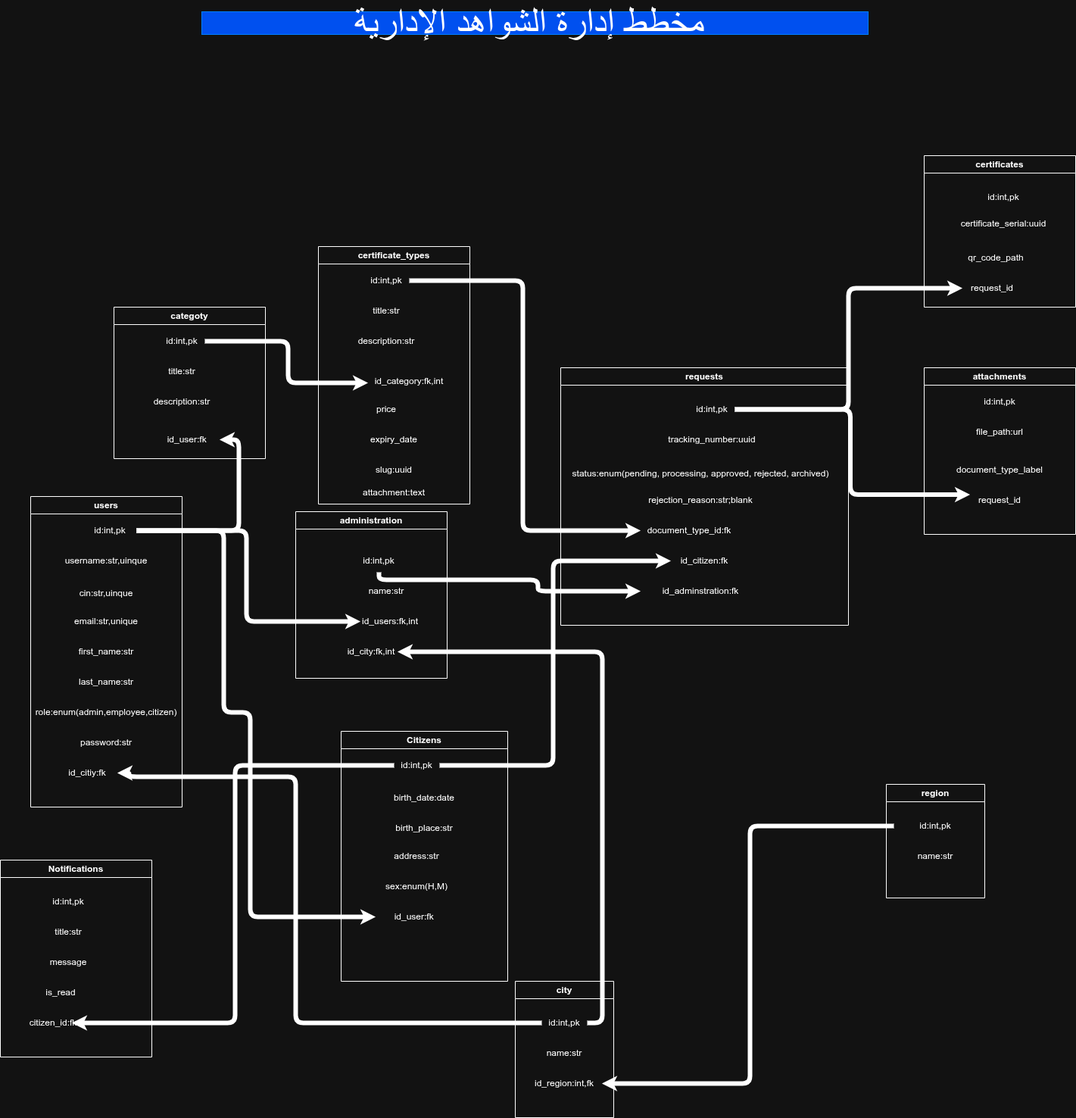
This is certificate.drawio.png from zakariyae1889/SmartShahada, a draw.io export, as it was before one commit. Source tidied: cells renumbered, new cells last; positions are measured from the earlier drawing's top-left corner, leaving out a move shared by most shapes.
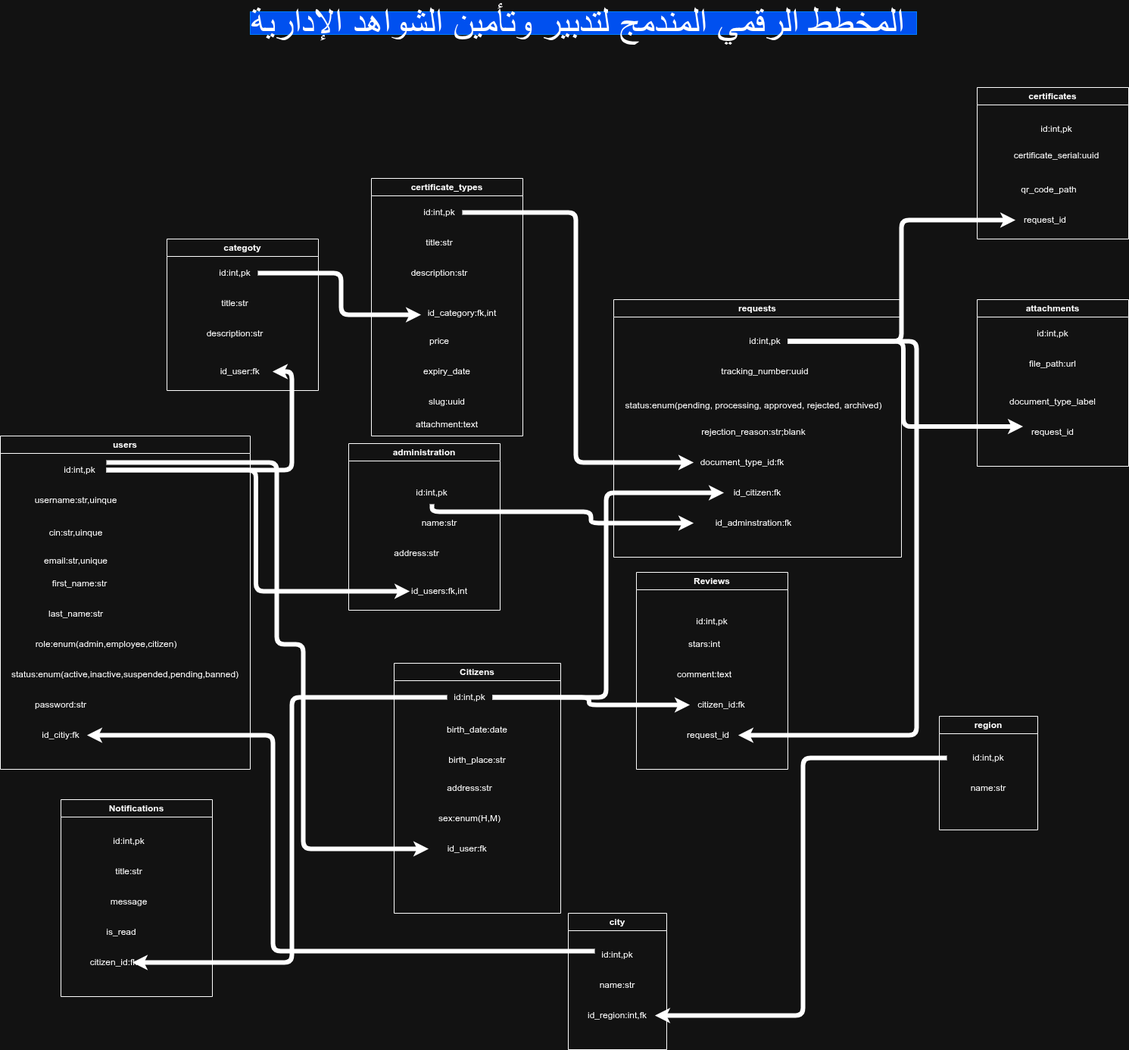
The same diagram one commit later.

What changed in the source:
```diff
@@ -24,7 +24,7 @@
       <mxGeometry x="40" y="230" width="100" height="30" as="geometry" />
     </mxCell>
     <mxCell id="9" value="users" style="swimlane;whiteSpace=wrap;html=1;" parent="1" vertex="1">
-      <mxGeometry x="40" y="640" width="200" height="410" as="geometry" />
+      <mxGeometry x="-70" y="650" width="330" height="440" as="geometry" />
     </mxCell>
     <mxCell id="10" value="&lt;div&gt;username:str,uinque&lt;/div&gt;" style="text;html=1;whiteSpace=wrap;strokeColor=none;fillColor=none;align=center;verticalAlign=middle;rounded=0;" parent="9" vertex="1">
       <mxGeometry x="70" y="70" width="60" height="30" as="geometry" />
@@ -36,23 +36,26 @@
       <mxGeometry x="70" y="30" width="70" height="30" as="geometry" />
     </mxCell>
     <mxCell id="13" value="first_name:str" style="text;html=1;whiteSpace=wrap;strokeColor=none;fillColor=none;align=center;verticalAlign=middle;rounded=0;" parent="9" vertex="1">
-      <mxGeometry x="70" y="190" width="60" height="30" as="geometry" />
+      <mxGeometry x="75" y="180" width="60" height="30" as="geometry" />
     </mxCell>
     <mxCell id="14" value="last_name:str" style="text;html=1;whiteSpace=wrap;strokeColor=none;fillColor=none;align=center;verticalAlign=middle;rounded=0;" parent="9" vertex="1">
-      <mxGeometry x="70" y="230" width="60" height="30" as="geometry" />
+      <mxGeometry x="70" y="220" width="60" height="30" as="geometry" />
     </mxCell>
     <mxCell id="15" value="email:str,unique" style="text;html=1;whiteSpace=wrap;strokeColor=none;fillColor=none;align=center;verticalAlign=middle;rounded=0;" parent="9" vertex="1">
       <mxGeometry x="70" y="150" width="60" height="30" as="geometry" />
     </mxCell>
     <mxCell id="16" value="role:enum(admin,employee,citizen)" style="text;html=1;whiteSpace=wrap;strokeColor=none;fillColor=none;align=center;verticalAlign=middle;rounded=0;" parent="9" vertex="1">
-      <mxGeometry x="70" y="270" width="60" height="30" as="geometry" />
+      <mxGeometry x="110" y="260" width="60" height="30" as="geometry" />
     </mxCell>
     <mxCell id="17" value="password:str" style="text;html=1;whiteSpace=wrap;strokeColor=none;fillColor=none;align=center;verticalAlign=middle;rounded=0;" parent="9" vertex="1">
-      <mxGeometry x="70" y="310" width="60" height="30" as="geometry" />
+      <mxGeometry x="50" y="340" width="60" height="30" as="geometry" />
     </mxCell>
     <mxCell id="18" value="id_citiy:fk" style="text;html=1;whiteSpace=wrap;strokeColor=none;fillColor=none;align=center;verticalAlign=middle;rounded=0;" parent="9" vertex="1">
-      <mxGeometry x="30" y="350" width="90" height="30" as="geometry" />
+      <mxGeometry x="40" y="380" width="80" height="30" as="geometry" />
     </mxCell>
+    <mxCell id="83" value="status:enum(active,inactive,suspended,pending,banned)" style="text;html=1;whiteSpace=wrap;strokeColor=none;fillColor=none;align=center;verticalAlign=middle;rounded=0;" parent="9" vertex="1">
+      <mxGeometry x="135" y="300" width="60" height="30" as="geometry" />
+    </mxCell>
     <mxCell id="19" value="certificate_types" style="swimlane;whiteSpace=wrap;html=1;startSize=23;" parent="1" vertex="1">
       <mxGeometry x="420" y="310" width="200" height="340" as="geometry" />
     </mxCell>
@@ -152,8 +155,8 @@
     <mxCell id="47" style="edgeStyle=orthogonalEdgeStyle;rounded=1;jettySize=auto;html=1;entryX=0;entryY=0.25;entryDx=0;entryDy=0;shape=pipe;curved=0;" parent="1" edge="1" source="29" target="40">
       <mxGeometry relative="1" as="geometry" />
     </mxCell>
-    <mxCell id="48" value="&lt;font style=&quot;font-size: 50px;&quot;&gt;مخطط إدارة الشواهد الإدارية&amp;nbsp;&lt;/font&gt;" style="text;html=1;whiteSpace=wrap;strokeColor=#007FFF;fillColor=#0050ef;align=center;verticalAlign=middle;rounded=0;fontColor=#ffffff;" parent="1" vertex="1">
-      <mxGeometry x="266" width="880" height="30" as="geometry" />
+    <mxCell id="48" value="&lt;font style=&quot;font-size: 50px;&quot;&gt;المخطط الرقمي المندمج لتدبير وتأمين الشواهد الإدارية&amp;nbsp;&lt;/font&gt;" style="text;html=1;whiteSpace=wrap;strokeColor=#007FFF;fillColor=#0050ef;align=center;verticalAlign=middle;rounded=0;fontColor=#ffffff;" parent="1" vertex="1">
+      <mxGeometry x="260" y="90" width="880" height="30" as="geometry" />
     </mxCell>
     <mxCell id="49" value="document_type_label" style="text;html=1;whiteSpace=wrap;strokeColor=none;fillColor=none;align=center;verticalAlign=middle;rounded=0;" parent="1" vertex="1">
       <mxGeometry x="1290" y="590" width="60" height="30" as="geometry" />
@@ -195,17 +198,11 @@
       <mxGeometry x="80" y="50" width="60" height="30" as="geometry" />
     </mxCell>
     <mxCell id="62" value="id_users:fk,int" style="text;html=1;whiteSpace=wrap;strokeColor=none;fillColor=none;align=center;verticalAlign=middle;rounded=0;" parent="59" vertex="1">
-      <mxGeometry x="80" y="130" width="90" height="30" as="geometry" />
+      <mxGeometry x="75" y="180" width="90" height="30" as="geometry" />
     </mxCell>
-    <mxCell id="63" value="id_city:fk,int" style="text;html=1;whiteSpace=wrap;strokeColor=none;fillColor=none;align=center;verticalAlign=middle;rounded=0;" parent="59" vertex="1">
-      <mxGeometry x="60" y="170" width="80" height="30" as="geometry" />
-    </mxCell>
     <mxCell id="64" style="edgeStyle=orthogonalEdgeStyle;rounded=1;jettySize=auto;html=1;exitX=1;exitY=0.5;exitDx=0;exitDy=0;entryX=0;entryY=0.5;entryDx=0;entryDy=0;shape=pipe;curved=0;" parent="1" edge="1" source="12" target="62">
       <mxGeometry relative="1" as="geometry" />
     </mxCell>
-    <mxCell id="65" style="edgeStyle=orthogonalEdgeStyle;rounded=1;jettySize=auto;html=1;exitX=1;exitY=0.5;exitDx=0;exitDy=0;entryX=1;entryY=0.5;entryDx=0;entryDy=0;curved=0;shape=pipe;" parent="1" edge="1" source="54" target="63">
-      <mxGeometry relative="1" as="geometry" />
-    </mxCell>
     <mxCell id="66" value="categoty" style="swimlane;whiteSpace=wrap;html=1;" parent="1" vertex="1">
       <mxGeometry x="150" y="390" width="200" height="200" as="geometry" />
     </mxCell>
@@ -235,8 +232,8 @@
     <mxCell id="73" value="attachment:text" style="text;html=1;whiteSpace=wrap;strokeColor=none;fillColor=none;align=center;verticalAlign=middle;rounded=0;" parent="1" vertex="1">
       <mxGeometry x="470" y="620" width="100" height="30" as="geometry" />
     </mxCell>
-    <mxCell id="74" value="Notifications" style="swimlane;whiteSpace=wrap;html=1;" parent="1" vertex="1">
-      <mxGeometry y="1120" width="200" height="260" as="geometry" />
+    <mxCell id="74" value="Notifications" style="swimlane;whiteSpace=wrap;html=1;startSize=23;" parent="1" vertex="1">
+      <mxGeometry x="10" y="1130" width="200" height="260" as="geometry" />
     </mxCell>
     <mxCell id="75" value="id:int,pk" style="text;html=1;whiteSpace=wrap;strokeColor=none;fillColor=none;align=center;verticalAlign=middle;rounded=0;" parent="74" vertex="1">
       <mxGeometry x="60" y="40" width="60" height="30" as="geometry" />
@@ -265,15 +262,45 @@
         </Array>
       </mxGeometry>
     </mxCell>
-    <mxCell id="82" style="edgeStyle=orthogonalEdgeStyle;rounded=1;jettySize=auto;html=1;entryX=1;entryY=0.5;entryDx=0;entryDy=0;shape=pipe;curved=0;" parent="1" edge="1" source="54" target="18">
+    <mxCell id="82" style="edgeStyle=orthogonalEdgeStyle;rounded=1;jettySize=auto;html=1;entryX=1;entryY=0.5;entryDx=0;entryDy=0;curved=0;shape=pipe;" parent="1" edge="1" source="54" target="18">
       <mxGeometry relative="1" as="geometry">
         <Array as="points">
-          <mxPoint x="390" y="1335" />
-          <mxPoint x="390" y="1010" />
-          <mxPoint x="170" y="1010" />
-          <mxPoint x="170" y="1005" />
+          <mxPoint x="290" y="1330" />
+          <mxPoint x="290" y="1045" />
         </Array>
       </mxGeometry>
     </mxCell>
+    <mxCell id="84" value="address:str" style="text;html=1;whiteSpace=wrap;strokeColor=none;fillColor=none;align=center;verticalAlign=middle;rounded=0;" parent="1" vertex="1">
+      <mxGeometry x="450" y="790" width="60" height="30" as="geometry" />
+    </mxCell>
+    <mxCell id="85" value="Reviews" style="swimlane;whiteSpace=wrap;html=1;" parent="1" vertex="1">
+      <mxGeometry x="770" y="830" width="200" height="260" as="geometry" />
+    </mxCell>
+    <mxCell id="86" value="stars:int" style="text;html=1;whiteSpace=wrap;strokeColor=none;fillColor=none;align=center;verticalAlign=middle;rounded=0;" parent="85" vertex="1">
+      <mxGeometry x="60" y="80" width="60" height="30" as="geometry" />
+    </mxCell>
+    <mxCell id="87" value="comment:text" style="text;html=1;whiteSpace=wrap;strokeColor=none;fillColor=none;align=center;verticalAlign=middle;rounded=0;" parent="85" vertex="1">
+      <mxGeometry x="60" y="120" width="60" height="30" as="geometry" />
+    </mxCell>
+    <mxCell id="88" value="id:int,pk" style="text;html=1;whiteSpace=wrap;strokeColor=none;fillColor=none;align=center;verticalAlign=middle;rounded=0;" parent="85" vertex="1">
+      <mxGeometry x="70" y="50" width="60" height="30" as="geometry" />
+    </mxCell>
+    <mxCell id="89" value="citizen_id:fk" style="text;html=1;whiteSpace=wrap;strokeColor=none;fillColor=none;align=center;verticalAlign=middle;rounded=0;" parent="85" vertex="1">
+      <mxGeometry x="65" y="160" width="95" height="30" as="geometry" />
+    </mxCell>
+    <mxCell id="90" value="request_id" style="text;html=1;whiteSpace=wrap;strokeColor=none;fillColor=none;align=center;verticalAlign=middle;rounded=0;" parent="85" vertex="1">
+      <mxGeometry x="50" y="200" width="90" height="30" as="geometry" />
+    </mxCell>
+    <mxCell id="91" style="edgeStyle=orthogonalEdgeStyle;rounded=1;jettySize=auto;html=1;entryX=0;entryY=0.5;entryDx=0;entryDy=0;shape=pipe;curved=0;" parent="1" edge="1" source="5" target="89">
+      <mxGeometry relative="1" as="geometry" />
+    </mxCell>
+    <mxCell id="92" style="edgeStyle=orthogonalEdgeStyle;rounded=1;jettySize=auto;html=1;exitX=1;exitY=0.5;exitDx=0;exitDy=0;entryX=1;entryY=0.5;entryDx=0;entryDy=0;shape=pipe;curved=0;" parent="1" edge="1" source="29" target="90">
+      <mxGeometry relative="1" as="geometry">
+        <Array as="points">
+          <mxPoint x="1140" y="525" />
+          <mxPoint x="1140" y="1045" />
+        </Array>
+      </mxGeometry>
+    </mxCell>
   </root>
 </mxGraphModel>
```
